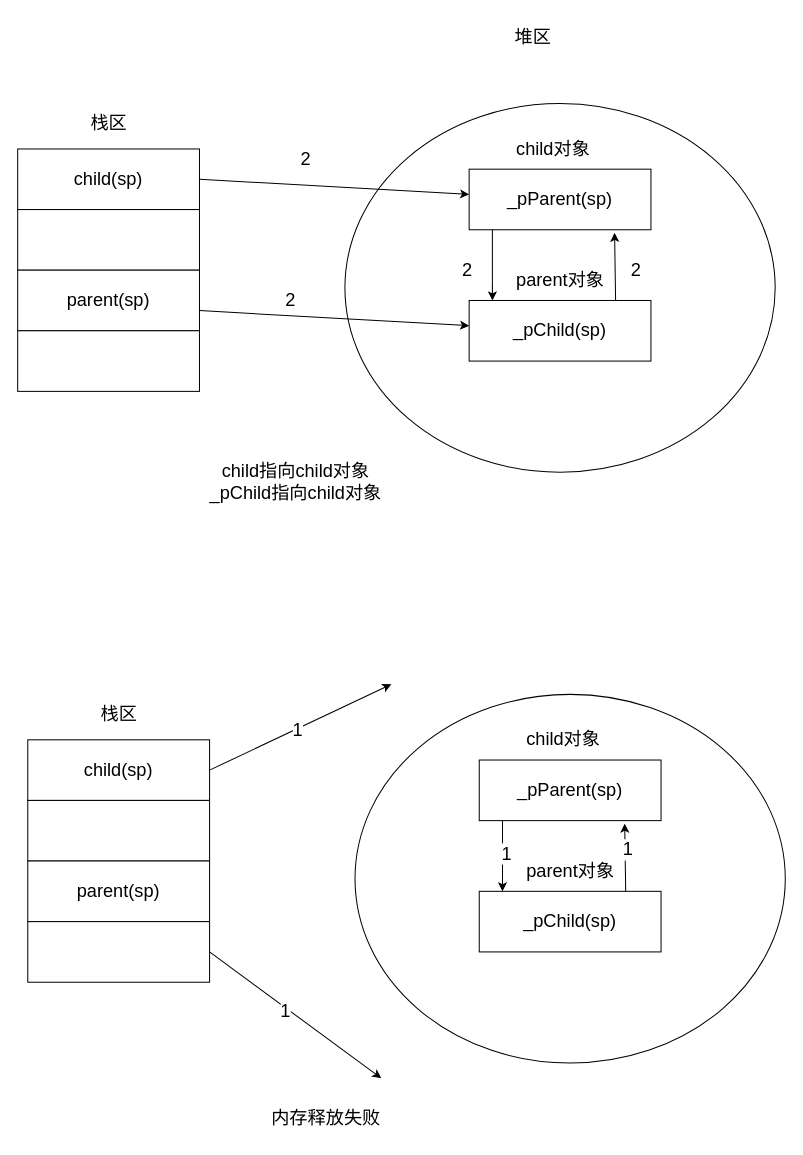
Earlier version of the draw.io diagram 循环引用.drawio (shadowbringerw/drawio). Source tidied: cells renumbered, new cells numbered last; positions are measured from the earlier drawing's top-left corner, leaving out a move shared by most shapes. Both pictures are drawn from the tidied source at 101%, with x=0, y=0 at pixel (17, 17).
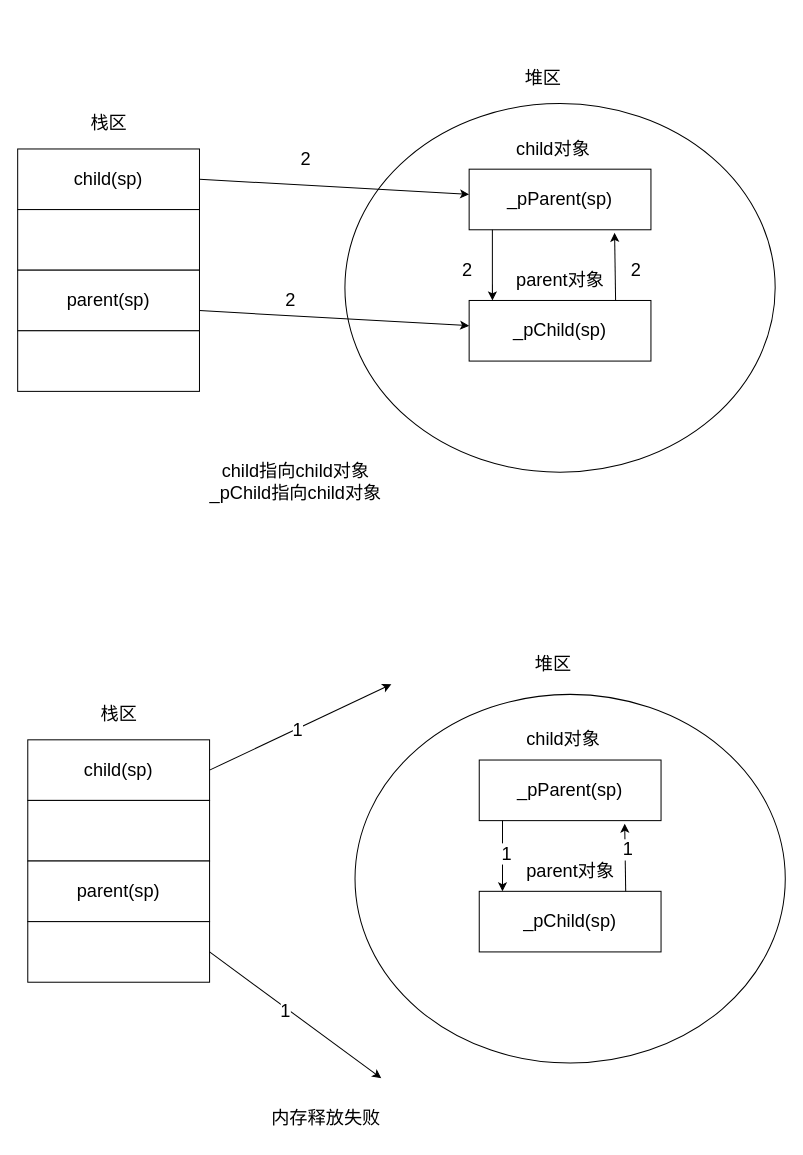
The same page after the edit.

Commit message (it also covers changes not shown here):
更新循环引用.drawio

Diff of the diagram source:
```diff
@@
     <mxCell id="9" value="堆区" style="text;html=1;align=center;verticalAlign=middle;strokeColor=none;fillColor=none;fontSize=18;" parent="1" vertex="1">
-      <mxGeometry x="480" width="60" height="40" as="geometry" />
+      <mxGeometry x="490" y="40" width="60" height="40" as="geometry" />
     </mxCell>
@@
+    <mxCell id="41" value="堆区" style="text;html=1;align=center;verticalAlign=middle;strokeColor=none;fillColor=none;fontSize=18;" parent="1" vertex="1">
+      <mxGeometry x="500" y="620" width="60" height="40" as="geometry" />
+    </mxCell>
```
